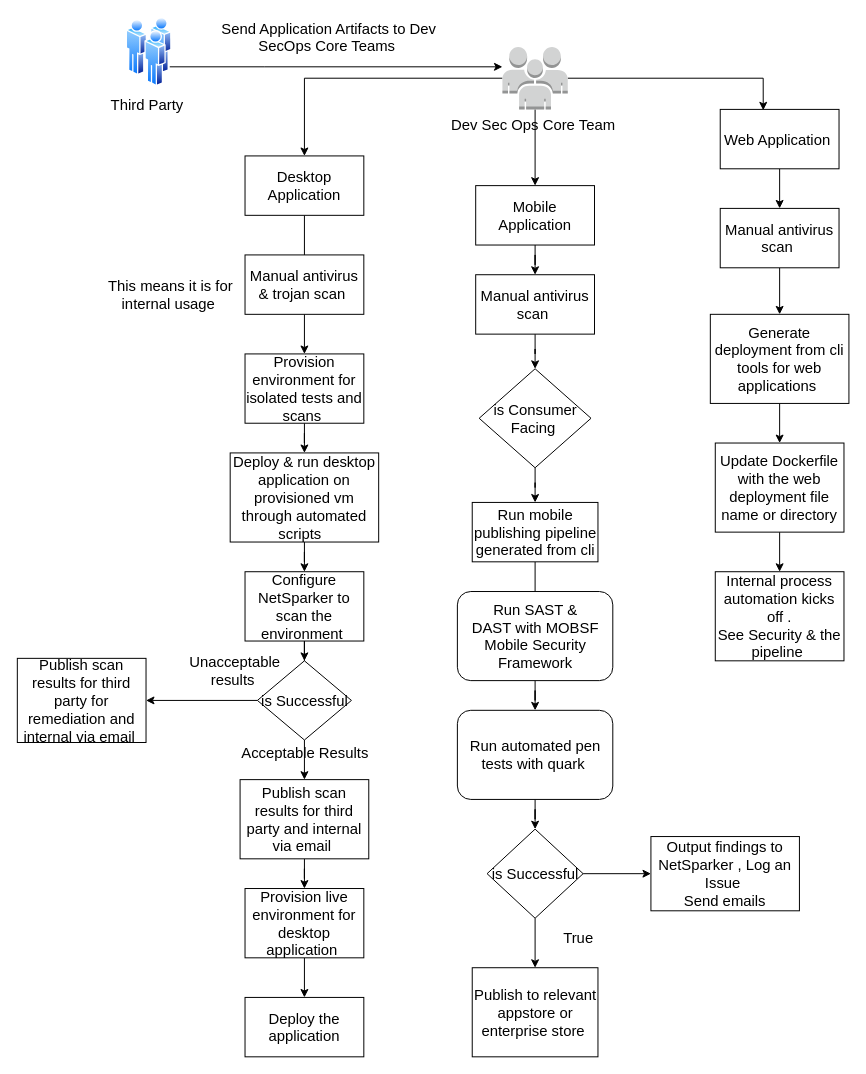
Before: page "External process" (3 of 3) of icurity.drawio in tyger-rareatom/consulting-architectures, a draw.io diagram. Source tidied: cells renumbered, new cells numbered last; positions are measured from the earlier drawing's top-left corner, leaving out a move shared by most shapes. Both pictures are drawn from the tidied source at 99%, with x=0, y=0 at pixel (17, 17).
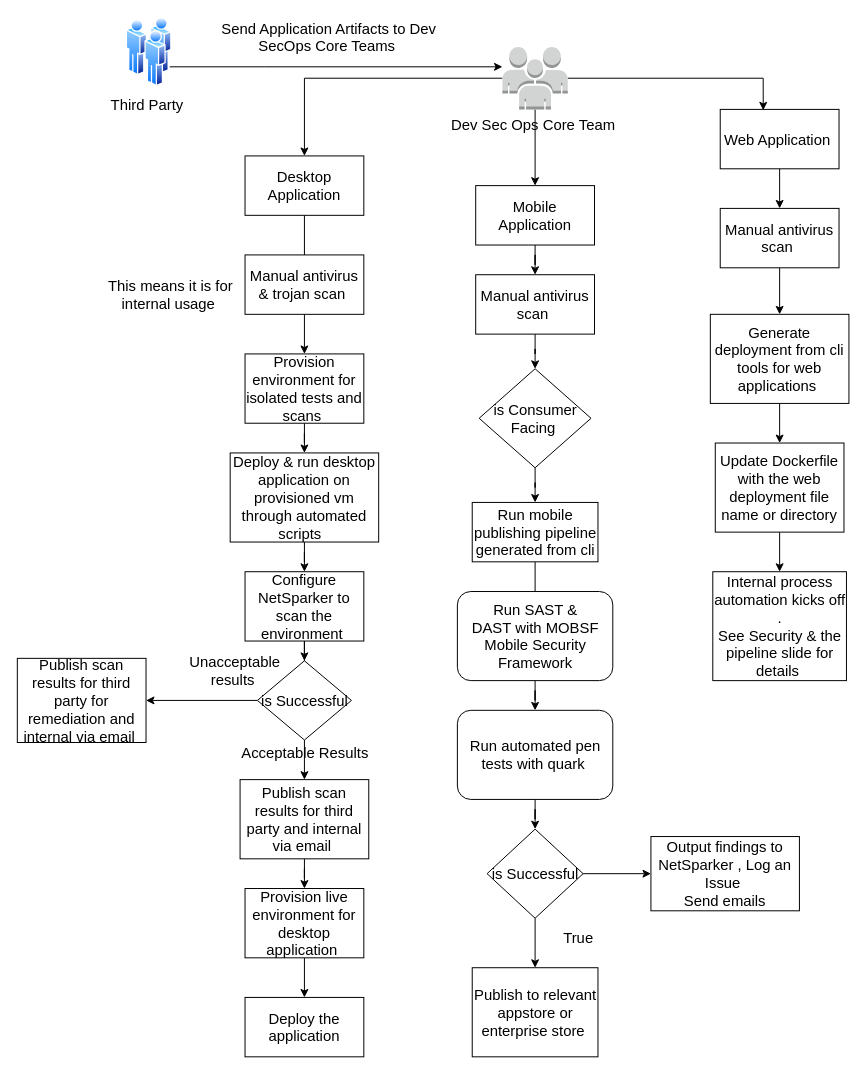
Above is the later version.

Commit message:
Security and the pipeline

Diff of the diagram source:
```diff
@@
-    <mxCell id="57" value="Internal process automation kicks off .&lt;br&gt;See Security &amp;amp; the pipeline&amp;nbsp;" style="rounded=0;whiteSpace=wrap;html=1;fontSize=15;" parent="1" vertex="1">
-      <mxGeometry x="705" y="560" width="130" height="90" as="geometry" />
+    <mxCell id="57" value="Internal process automation kicks off .&lt;br&gt;See Security &amp;amp; the pipeline slide for details&amp;nbsp;" style="rounded=0;whiteSpace=wrap;html=1;fontSize=15;" parent="1" vertex="1">
+      <mxGeometry x="702.5" y="560" width="135" height="110" as="geometry" />
     </mxCell>
```
